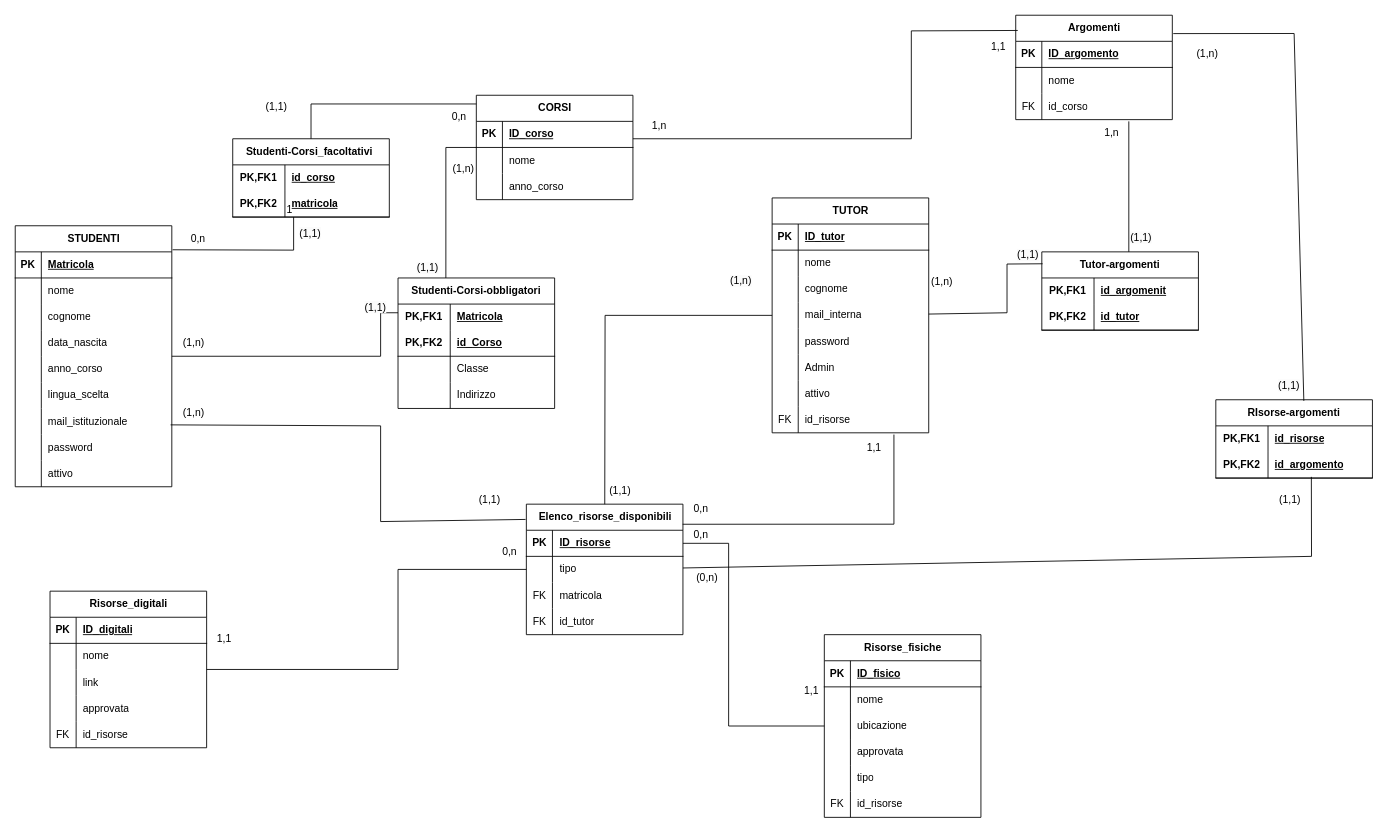
Earlier version of the draw.io diagram page "Fisico" (2 of 2) of db/Diagramma_database.drawio (SuperMauro1966/Gestione_risorse_didattiche). Source tidied: cells renumbered, new cells numbered last; positions are measured from the earlier drawing's top-left corner, leaving out a move shared by most shapes. Both pictures are drawn from the tidied source at 87%, with x=0, y=0 at pixel (15, 15).
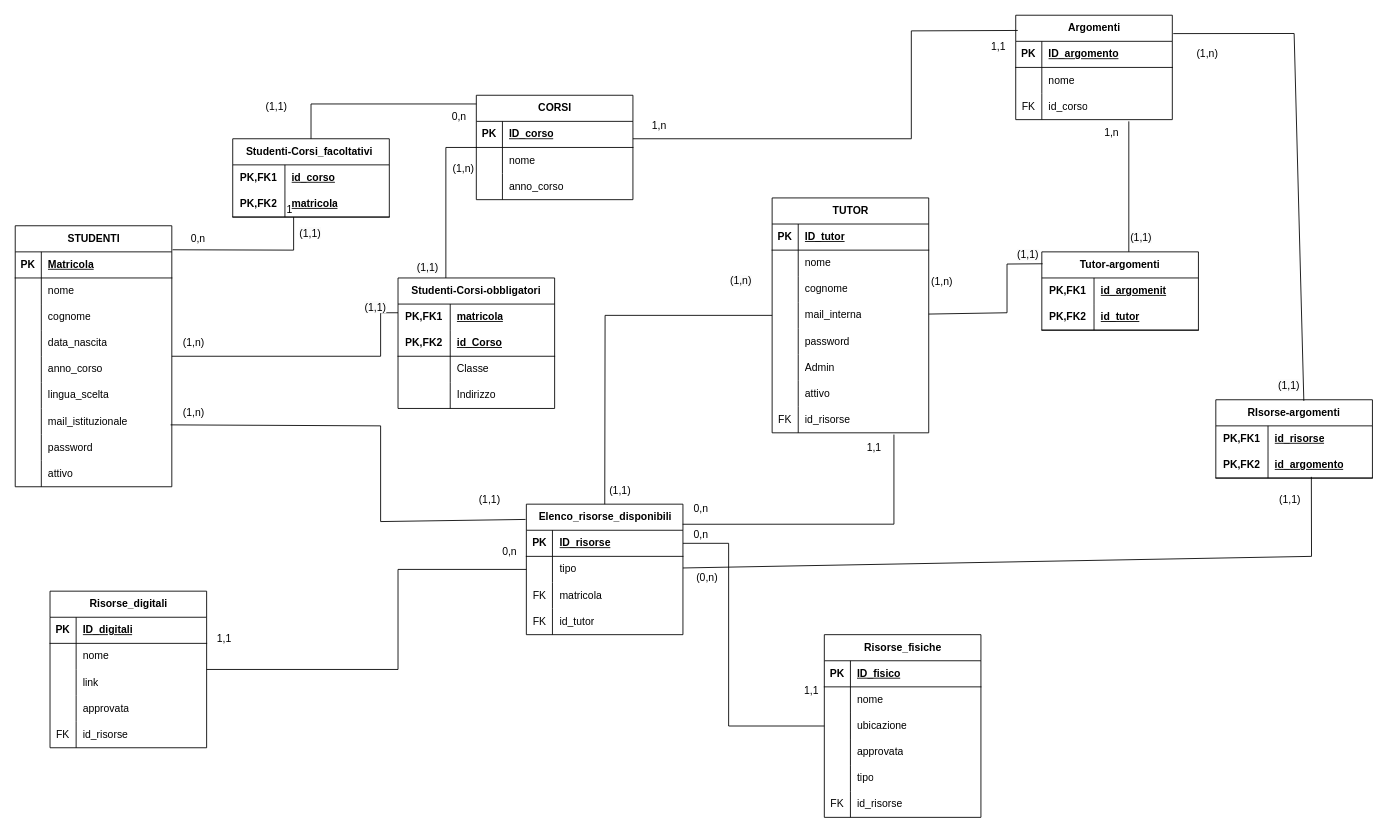
The same diagram, later.

Unchanged cells that the change refers to:
```xml
<mxCell id="156" style="shape=tableRow;horizontal=0;startSize=0;swimlaneHead=0;swimlaneBody=0;fillColor=none;top=0;left=0;right=0;bottom=0;html=1;" parent="155" vertex="1">
  <mxGeometry y="30" width="180" height="30" as="geometry" />
</mxCell>
```

Change to the diagram source:
```diff
@@
-    <mxCell id="158" value="Matricola" style="shape=partialRectangle;fillColor=none;top=0;left=0;bottom=0;right=0;align=left;spacingLeft=6;fontStyle=5;overflow=hidden;html=1;whiteSpace=wrap;" parent="156" vertex="1">
+    <mxCell id="158" value="matricola" style="shape=partialRectangle;fillColor=none;top=0;left=0;bottom=0;right=0;align=left;spacingLeft=6;fontStyle=5;overflow=hidden;html=1;whiteSpace=wrap;" parent="156" vertex="1">
       <mxGeometry x="60" width="120" height="30" as="geometry" />
     </mxCell>
```
